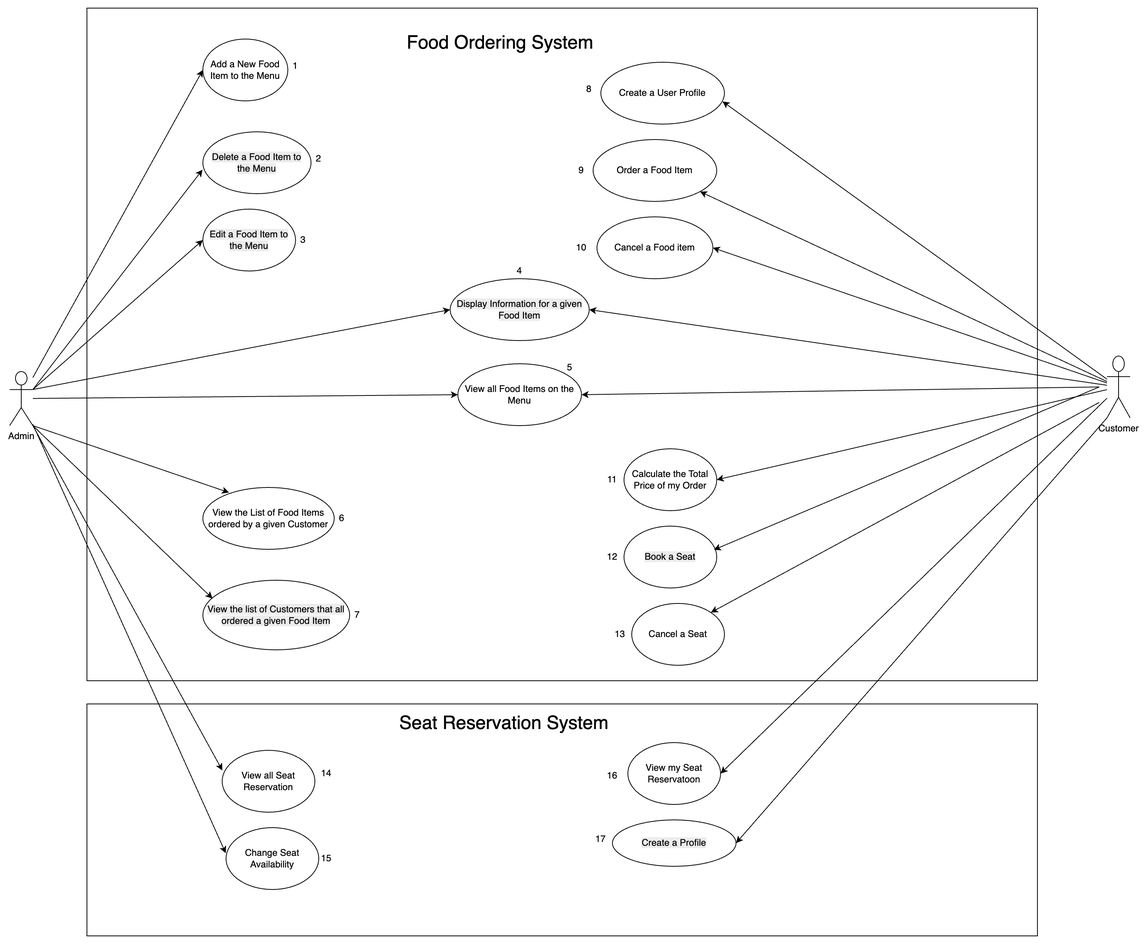
Before: OOP_Final_Project_Usecase_Diagram.drawio.png, a diagram exported from draw.io (bangrui001/OOP_Final_Project_25Spring). Source tidied: cells renumbered, new cells last; positions are measured from the earlier drawing's top-left corner, leaving out a move shared by most shapes.
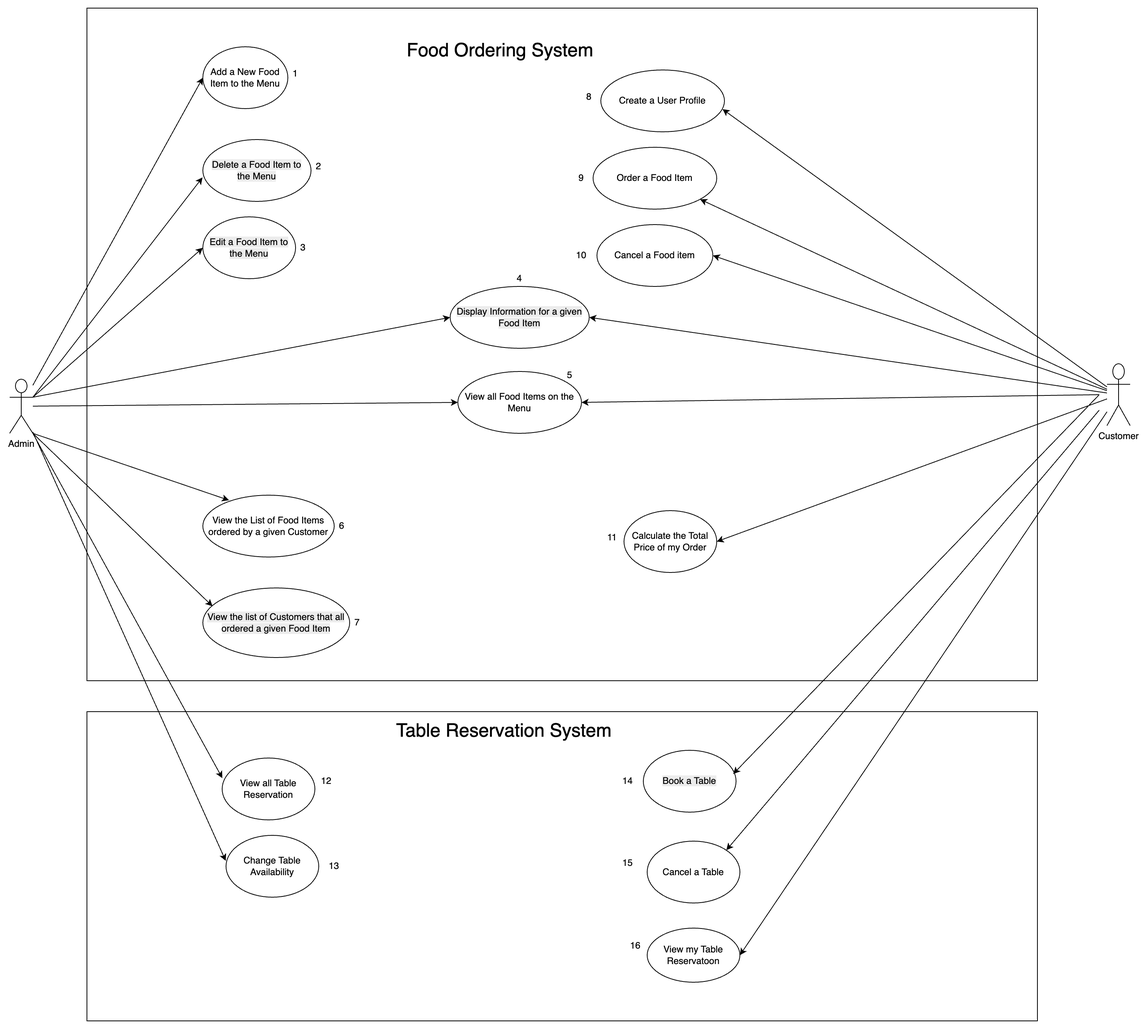
The same diagram one commit later.

What changed in the source:
```diff
@@ -3,10 +3,10 @@
     <mxCell id="0" />
     <mxCell id="1" parent="0" />
     <mxCell id="2" style="rounded=0;whiteSpace=wrap;html=1;" parent="1" vertex="1">
-      <mxGeometry x="100" width="1230" height="870" as="geometry" />
+      <mxGeometry x="100" y="-10" width="1230" height="870" as="geometry" />
     </mxCell>
     <mxCell id="3" style="rounded=0;whiteSpace=wrap;html=1;" parent="1" vertex="1">
-      <mxGeometry x="100" y="900" width="1230" height="300" as="geometry" />
+      <mxGeometry x="100" y="900" width="1230" height="400" as="geometry" />
     </mxCell>
     <mxCell id="4" value="Admin" style="shape=umlActor;verticalLabelPosition=bottom;verticalAlign=top;html=1;outlineConnect=0;" parent="1" vertex="1">
       <mxGeometry y="470" width="30" height="70" as="geometry" />
@@ -41,10 +41,10 @@
     <mxCell id="14" value="&lt;span style=&quot;color: rgb(0, 0, 0); font-family: Helvetica; font-size: 12px; font-style: normal; font-variant-ligatures: normal; font-variant-caps: normal; font-weight: 400; letter-spacing: normal; orphans: 2; text-align: left; text-indent: 0px; text-transform: none; widows: 2; word-spacing: 0px; -webkit-text-stroke-width: 0px; white-space: normal; background-color: rgb(236, 236, 236); text-decoration-thickness: initial; text-decoration-style: initial; text-decoration-color: initial; float: none; display: inline !important;&quot;&gt;View the list of Customers that all ordered a given Food Item&lt;/span&gt;" style="ellipse;whiteSpace=wrap;html=1;" parent="1" vertex="1">
       <mxGeometry x="250" y="740" width="190" height="90" as="geometry" />
     </mxCell>
-    <mxCell id="15" value="&lt;span style=&quot;text-align: left;&quot;&gt;View all Seat Reservation&lt;/span&gt;" style="ellipse;whiteSpace=wrap;html=1;" parent="1" vertex="1">
+    <mxCell id="15" value="&lt;span style=&quot;text-align: left;&quot;&gt;View all Table Reservation&lt;/span&gt;" style="ellipse;whiteSpace=wrap;html=1;" parent="1" vertex="1">
       <mxGeometry x="275" y="960" width="120" height="80" as="geometry" />
     </mxCell>
-    <mxCell id="16" value="&lt;div style=&quot;&quot;&gt;&lt;span style=&quot;background-color: transparent; color: light-dark(rgb(0, 0, 0), rgb(255, 255, 255));&quot;&gt;Change Seat Availability&lt;/span&gt;&lt;/div&gt;" style="ellipse;whiteSpace=wrap;html=1;align=center;" parent="1" vertex="1">
+    <mxCell id="16" value="&lt;div style=&quot;&quot;&gt;&lt;span style=&quot;background-color: transparent; color: light-dark(rgb(0, 0, 0), rgb(255, 255, 255));&quot;&gt;Change Table Availability&lt;/span&gt;&lt;/div&gt;" style="ellipse;whiteSpace=wrap;html=1;align=center;" parent="1" vertex="1">
       <mxGeometry x="280" y="1060" width="120" height="80" as="geometry" />
     </mxCell>
     <mxCell id="17" style="endArrow=classic;html=1;rounded=0;exitX=1;exitY=0.3333333333333333;exitDx=0;exitDy=0;exitPerimeter=0;entryX=0;entryY=0.5;entryDx=0;entryDy=0;" parent="1" edge="1" source="4" target="10">
@@ -68,12 +68,6 @@
     <mxCell id="23" value="Customer" style="shape=umlActor;verticalLabelPosition=bottom;verticalAlign=top;html=1;outlineConnect=0;" parent="1" vertex="1">
       <mxGeometry x="1420" y="450" width="30" height="80" as="geometry" />
     </mxCell>
-    <mxCell id="24" style="endArrow=classic;html=1;rounded=0;entryX=1;entryY=0.5;entryDx=0;entryDy=0;exitX=0;exitY=1;exitDx=0;exitDy=0;exitPerimeter=0;" parent="1" edge="1" source="23" target="25">
-      <mxGeometry relative="1" as="geometry" />
-    </mxCell>
-    <mxCell id="25" value="&lt;span style=&quot;color: rgb(0, 0, 0); font-family: Helvetica; font-size: 12px; font-style: normal; font-variant-ligatures: normal; font-variant-caps: normal; font-weight: 400; letter-spacing: normal; orphans: 2; text-align: left; text-indent: 0px; text-transform: none; widows: 2; word-spacing: 0px; -webkit-text-stroke-width: 0px; white-space: normal; background-color: rgb(236, 236, 236); text-decoration-thickness: initial; text-decoration-style: initial; text-decoration-color: initial; float: none; display: inline !important;&quot;&gt;Create a Profile&lt;/span&gt;" style="ellipse;whiteSpace=wrap;html=1;" parent="1" vertex="1">
-      <mxGeometry x="780" y="1050" width="160" height="60" as="geometry" />
-    </mxCell>
     <mxCell id="26" style="endArrow=classic;html=1;rounded=0;" parent="1" edge="1" source="23" target="27">
       <mxGeometry relative="1" as="geometry" />
     </mxCell>
@@ -84,16 +78,16 @@
       <mxGeometry x="760" y="270" width="150" height="80" as="geometry" />
     </mxCell>
     <mxCell id="29" value="&lt;span style=&quot;text-align: left;&quot;&gt;Calculate the Total Price of my Order&lt;/span&gt;" style="ellipse;whiteSpace=wrap;html=1;" parent="1" vertex="1">
-      <mxGeometry x="795" y="570" width="120" height="80" as="geometry" />
+      <mxGeometry x="795" y="640" width="120" height="80" as="geometry" />
     </mxCell>
-    <mxCell id="30" value="&lt;span style=&quot;color: rgb(0, 0, 0); font-family: Helvetica; font-size: 12px; font-style: normal; font-variant-ligatures: normal; font-variant-caps: normal; font-weight: 400; letter-spacing: normal; orphans: 2; text-align: left; text-indent: 0px; text-transform: none; widows: 2; word-spacing: 0px; -webkit-text-stroke-width: 0px; white-space: normal; background-color: rgb(236, 236, 236); text-decoration-thickness: initial; text-decoration-style: initial; text-decoration-color: initial; float: none; display: inline !important;&quot;&gt;Book a Seat&lt;/span&gt;" style="ellipse;whiteSpace=wrap;html=1;" parent="1" vertex="1">
-      <mxGeometry x="795" y="670" width="120" height="80" as="geometry" />
+    <mxCell id="30" value="&lt;span style=&quot;color: rgb(0, 0, 0); font-family: Helvetica; font-size: 12px; font-style: normal; font-variant-ligatures: normal; font-variant-caps: normal; font-weight: 400; letter-spacing: normal; orphans: 2; text-align: left; text-indent: 0px; text-transform: none; widows: 2; word-spacing: 0px; -webkit-text-stroke-width: 0px; white-space: normal; background-color: rgb(236, 236, 236); text-decoration-thickness: initial; text-decoration-style: initial; text-decoration-color: initial; float: none; display: inline !important;&quot;&gt;Book a Table&lt;/span&gt;" style="ellipse;whiteSpace=wrap;html=1;" parent="1" vertex="1">
+      <mxGeometry x="820" y="950" width="120" height="80" as="geometry" />
     </mxCell>
-    <mxCell id="31" value="&lt;span style=&quot;text-align: left;&quot;&gt;Cancel a Seat&lt;/span&gt;" style="ellipse;whiteSpace=wrap;html=1;" parent="1" vertex="1">
-      <mxGeometry x="805" y="770" width="120" height="80" as="geometry" />
+    <mxCell id="31" value="&lt;span style=&quot;text-align: left;&quot;&gt;Cancel a Table&lt;/span&gt;" style="ellipse;whiteSpace=wrap;html=1;" parent="1" vertex="1">
+      <mxGeometry x="825" y="1067.5" width="120" height="80" as="geometry" />
     </mxCell>
-    <mxCell id="32" value="&lt;span style=&quot;text-align: left;&quot;&gt;View my Seat Reservatoon&lt;/span&gt;" style="ellipse;whiteSpace=wrap;html=1;" parent="1" vertex="1">
-      <mxGeometry x="800" y="950" width="120" height="80" as="geometry" />
+    <mxCell id="32" value="&lt;span style=&quot;text-align: left;&quot;&gt;View my Table Reservatoon&lt;/span&gt;" style="ellipse;whiteSpace=wrap;html=1;" parent="1" vertex="1">
+      <mxGeometry x="825" y="1180" width="120" height="70" as="geometry" />
     </mxCell>
     <mxCell id="33" style="endArrow=classic;html=1;rounded=0;entryX=1;entryY=0.5;entryDx=0;entryDy=0;" parent="1" edge="1" source="23" target="28">
       <mxGeometry relative="1" as="geometry" />
@@ -120,7 +114,7 @@
     <mxCell id="39" value="&lt;font style=&quot;font-size: 24px;&quot;&gt;Food Ordering System&lt;/font&gt;" style="text;strokeColor=none;align=center;fillColor=none;html=1;verticalAlign=middle;whiteSpace=wrap;rounded=0;" parent="1" vertex="1">
       <mxGeometry x="505" y="30" width="260" height="30" as="geometry" />
     </mxCell>
-    <mxCell id="40" value="&lt;div&gt;&lt;font style=&quot;font-size: 24px;&quot;&gt;Seat Reservation System&lt;/font&gt;&lt;/div&gt;" style="text;html=1;align=center;verticalAlign=middle;whiteSpace=wrap;rounded=0;" parent="1" vertex="1">
+    <mxCell id="40" value="&lt;div&gt;&lt;font style=&quot;font-size: 24px;&quot;&gt;Table Reservation System&lt;/font&gt;&lt;/div&gt;" style="text;html=1;align=center;verticalAlign=middle;whiteSpace=wrap;rounded=0;" parent="1" vertex="1">
       <mxGeometry x="485" y="910" width="310" height="30" as="geometry" />
     </mxCell>
     <mxCell id="41" style="endArrow=classic;html=1;rounded=0;entryX=1;entryY=0.5;entryDx=0;entryDy=0;" parent="1" edge="1" target="12">
@@ -167,25 +161,22 @@
       <mxGeometry x="710" y="295" width="60" height="30" as="geometry" />
     </mxCell>
     <mxCell id="54" value="11" style="text;html=1;align=center;verticalAlign=middle;whiteSpace=wrap;rounded=0;" parent="1" vertex="1">
-      <mxGeometry x="750" y="595" width="60" height="30" as="geometry" />
+      <mxGeometry x="750" y="660" width="60" height="30" as="geometry" />
     </mxCell>
-    <mxCell id="55" value="12" style="text;html=1;align=center;verticalAlign=middle;whiteSpace=wrap;rounded=0;" parent="1" vertex="1">
-      <mxGeometry x="750" y="695" width="60" height="30" as="geometry" />
+    <mxCell id="55" value="14" style="text;html=1;align=center;verticalAlign=middle;whiteSpace=wrap;rounded=0;" parent="1" vertex="1">
+      <mxGeometry x="770" y="975" width="60" height="30" as="geometry" />
     </mxCell>
-    <mxCell id="56" value="13" style="text;html=1;align=center;verticalAlign=middle;whiteSpace=wrap;rounded=0;" parent="1" vertex="1">
-      <mxGeometry x="760" y="795" width="60" height="30" as="geometry" />
+    <mxCell id="56" value="15" style="text;html=1;align=center;verticalAlign=middle;whiteSpace=wrap;rounded=0;" parent="1" vertex="1">
+      <mxGeometry x="770" y="1090" width="60" height="12.5" as="geometry" />
     </mxCell>
-    <mxCell id="57" value="14" style="text;html=1;align=center;verticalAlign=middle;whiteSpace=wrap;rounded=0;" parent="1" vertex="1">
+    <mxCell id="57" value="12" style="text;html=1;align=center;verticalAlign=middle;whiteSpace=wrap;rounded=0;" parent="1" vertex="1">
       <mxGeometry x="380" y="975" width="60" height="30" as="geometry" />
     </mxCell>
-    <mxCell id="58" value="15" style="text;html=1;align=center;verticalAlign=middle;whiteSpace=wrap;rounded=0;" parent="1" vertex="1">
-      <mxGeometry x="380" y="1085" width="60" height="30" as="geometry" />
+    <mxCell id="58" value="13" style="text;html=1;align=center;verticalAlign=middle;whiteSpace=wrap;rounded=0;" parent="1" vertex="1">
+      <mxGeometry x="390" y="1087.5" width="60" height="25" as="geometry" />
     </mxCell>
     <mxCell id="59" value="16" style="text;html=1;align=center;verticalAlign=middle;whiteSpace=wrap;rounded=0;" parent="1" vertex="1">
-      <mxGeometry x="750" y="980" width="60" height="25" as="geometry" />
+      <mxGeometry x="780" y="1190" width="60" height="25" as="geometry" />
     </mxCell>
-    <mxCell id="60" value="17" style="text;html=1;align=center;verticalAlign=middle;whiteSpace=wrap;rounded=0;" parent="1" vertex="1">
-      <mxGeometry x="735" y="1060" width="60" height="30" as="geometry" />
-    </mxCell>
   </root>
 </mxGraphModel>
```
